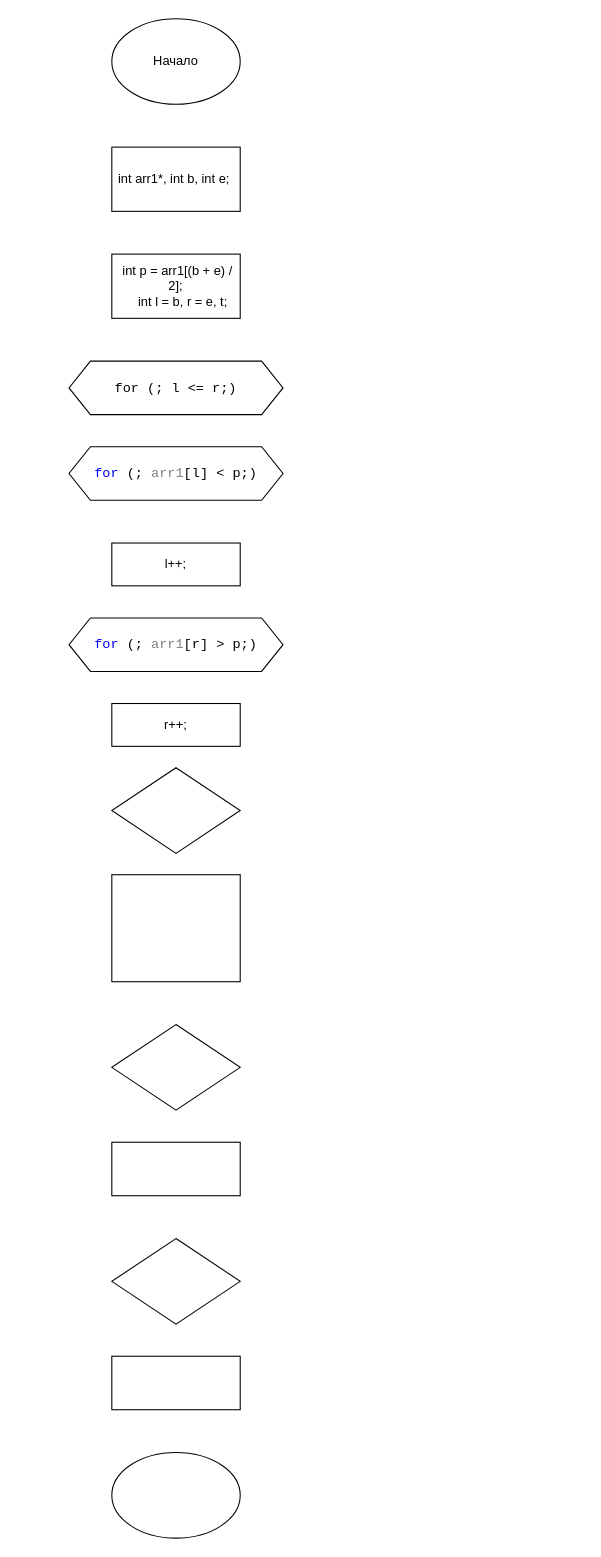
b8enly/Alg keeps this draw.io diagram as 16-17(1).drawio. Above is the earlier version. Source tidied: cells renumbered, new cells numbered last; positions are measured from the earlier drawing's top-left corner, leaving out a move shared by most shapes. Both pictures are drawn from the tidied source at 107%, with x=0, y=0 at pixel (68, 18).
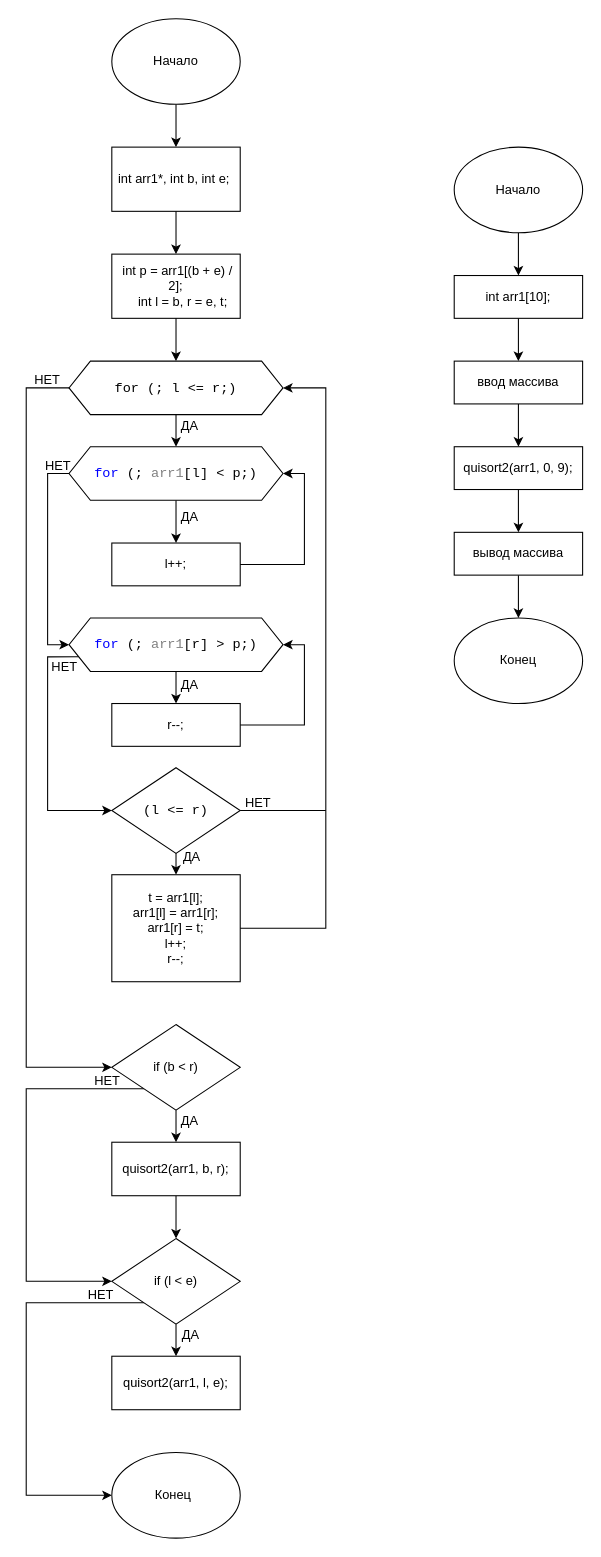
Above is the later version.

Unchanged cells that the change refers to:
```xml
<mxCell id="2" style="ellipse;whiteSpace=wrap;html=1;" parent="1" vertex="1">
  <mxGeometry x="40" width="120" height="80" as="geometry" />
</mxCell>
<mxCell id="5" style="shape=hexagon;perimeter=hexagonPerimeter2;whiteSpace=wrap;html=1;fixedSize=1;" parent="1" vertex="1">
  <mxGeometry y="320" width="200" height="50" as="geometry" />
</mxCell>
<mxCell id="6" style="shape=hexagon;perimeter=hexagonPerimeter2;whiteSpace=wrap;html=1;fixedSize=1;" parent="1" vertex="1">
  <mxGeometry y="400" width="200" height="50" as="geometry" />
</mxCell>
<mxCell id="7" style="rounded=0;whiteSpace=wrap;html=1;" parent="1" vertex="1">
  <mxGeometry x="40" y="490" width="120" height="40" as="geometry" />
</mxCell>
<mxCell id="8" style="rhombus;whiteSpace=wrap;html=1;" parent="1" vertex="1">
  <mxGeometry x="40" y="700" width="120" height="80" as="geometry" />
</mxCell>
<mxCell id="10" style="rhombus;whiteSpace=wrap;html=1;" parent="1" vertex="1">
  <mxGeometry x="40" y="940" width="120" height="80" as="geometry" />
</mxCell>
<mxCell id="11" style="rounded=0;whiteSpace=wrap;html=1;" parent="1" vertex="1">
  <mxGeometry x="40" y="1050" width="120" height="50" as="geometry" />
</mxCell>
<mxCell id="12" style="rhombus;whiteSpace=wrap;html=1;" parent="1" vertex="1">
  <mxGeometry x="40" y="1140" width="120" height="80" as="geometry" />
</mxCell>
<mxCell id="13" style="rounded=0;whiteSpace=wrap;html=1;" parent="1" vertex="1">
  <mxGeometry x="40" y="1250" width="120" height="50" as="geometry" />
</mxCell>
<mxCell id="14" style="ellipse;whiteSpace=wrap;html=1;" parent="1" vertex="1">
  <mxGeometry x="40" y="1340" width="120" height="80" as="geometry" />
</mxCell>
<mxCell id="16" value="int arr1*, int b, int e;&amp;nbsp;" style="text;html=1;strokeColor=none;fillColor=none;align=center;verticalAlign=middle;whiteSpace=wrap;rounded=0;" parent="1" vertex="1">
  <mxGeometry x="40" y="120" width="120" height="60" as="geometry" />
</mxCell>
<mxCell id="17" value="&lt;div&gt;&amp;nbsp;int p = arr1[(b + e) / 2];&lt;/div&gt;&lt;div&gt;&amp;nbsp; &amp;nbsp; int l = b, r = e, t;&lt;/div&gt;" style="text;html=1;strokeColor=none;fillColor=none;align=center;verticalAlign=middle;whiteSpace=wrap;rounded=0;" parent="1" vertex="1">
  <mxGeometry x="40" y="220" width="120" height="60" as="geometry" />
</mxCell>
<mxCell id="20" value="l++;" style="text;html=1;strokeColor=none;fillColor=none;align=center;verticalAlign=middle;whiteSpace=wrap;rounded=0;" parent="1" vertex="1">
  <mxGeometry x="40" y="500" width="120" height="20" as="geometry" />
</mxCell>
<mxCell id="21" style="shape=hexagon;perimeter=hexagonPerimeter2;whiteSpace=wrap;html=1;fixedSize=1;" parent="1" vertex="1">
  <mxGeometry y="560" width="200" height="50" as="geometry" />
</mxCell>
<mxCell id="22" style="rounded=0;whiteSpace=wrap;html=1;" parent="1" vertex="1">
  <mxGeometry x="40" y="640" width="120" height="40" as="geometry" />
</mxCell>
```

What changed in the source:
```diff
@@
+    <mxCell id="25" style="edgeStyle=orthogonalEdgeStyle;rounded=0;jettySize=auto;html=1;exitX=0.5;exitY=1;exitDx=0;exitDy=0;entryX=0.5;entryY=0;entryDx=0;entryDy=0;" parent="1" edge="1" source="2" target="16">
+      <mxGeometry relative="1" as="geometry" />
+    </mxCell>
@@
+    <mxCell id="26" style="edgeStyle=orthogonalEdgeStyle;rounded=0;jettySize=auto;html=1;exitX=0;exitY=0.5;exitDx=0;exitDy=0;entryX=0;entryY=0.5;entryDx=0;entryDy=0;" parent="1" edge="1" source="5" target="10">
+      <mxGeometry relative="1" as="geometry">
+        <Array as="points">
+          <mxPoint x="-40" y="345" />
+          <mxPoint x="-40" y="980" />
+        </Array>
+      </mxGeometry>
+    </mxCell>
+    <mxCell id="27" style="edgeStyle=orthogonalEdgeStyle;rounded=0;jettySize=auto;html=1;exitX=0.5;exitY=1;exitDx=0;exitDy=0;entryX=0.5;entryY=0;entryDx=0;entryDy=0;" parent="1" edge="1" source="5" target="6">
+      <mxGeometry relative="1" as="geometry" />
+    </mxCell>
@@
+    <mxCell id="28" style="edgeStyle=orthogonalEdgeStyle;rounded=0;jettySize=auto;html=1;exitX=0.5;exitY=1;exitDx=0;exitDy=0;entryX=0.5;entryY=0;entryDx=0;entryDy=0;" parent="1" edge="1" source="6" target="7">
+      <mxGeometry relative="1" as="geometry" />
+    </mxCell>
+    <mxCell id="29" style="edgeStyle=orthogonalEdgeStyle;rounded=0;jettySize=auto;html=1;exitX=0;exitY=0.5;exitDx=0;exitDy=0;entryX=0;entryY=0.5;entryDx=0;entryDy=0;" parent="1" edge="1" source="6" target="21">
+      <mxGeometry relative="1" as="geometry" />
+    </mxCell>
@@
+    <mxCell id="30" style="edgeStyle=orthogonalEdgeStyle;rounded=0;jettySize=auto;html=1;exitX=0.5;exitY=1;exitDx=0;exitDy=0;entryX=0.5;entryY=0;entryDx=0;entryDy=0;" parent="1" edge="1" source="8" target="44">
+      <mxGeometry relative="1" as="geometry" />
+    </mxCell>
@@
+    <mxCell id="31" style="edgeStyle=orthogonalEdgeStyle;rounded=0;jettySize=auto;html=1;exitX=0.5;exitY=1;exitDx=0;exitDy=0;entryX=0.5;entryY=0;entryDx=0;entryDy=0;" parent="1" edge="1" source="10" target="11">
+      <mxGeometry relative="1" as="geometry" />
+    </mxCell>
+    <mxCell id="32" style="edgeStyle=orthogonalEdgeStyle;rounded=0;jettySize=auto;html=1;exitX=0;exitY=1;exitDx=0;exitDy=0;entryX=0;entryY=0.5;entryDx=0;entryDy=0;" parent="1" edge="1" source="10" target="12">
+      <mxGeometry relative="1" as="geometry">
+        <Array as="points">
+          <mxPoint x="-40" y="1000" />
+          <mxPoint x="-40" y="1180" />
+        </Array>
+      </mxGeometry>
+    </mxCell>
@@
+    <mxCell id="33" style="edgeStyle=orthogonalEdgeStyle;rounded=0;jettySize=auto;html=1;exitX=0.5;exitY=1;exitDx=0;exitDy=0;entryX=0.5;entryY=0;entryDx=0;entryDy=0;" parent="1" edge="1" source="11" target="12">
+      <mxGeometry relative="1" as="geometry" />
+    </mxCell>
@@
+    <mxCell id="34" style="edgeStyle=orthogonalEdgeStyle;rounded=0;jettySize=auto;html=1;exitX=0.5;exitY=1;exitDx=0;exitDy=0;entryX=0.5;entryY=0;entryDx=0;entryDy=0;" parent="1" edge="1" source="12" target="13">
+      <mxGeometry relative="1" as="geometry" />
+    </mxCell>
+    <mxCell id="35" style="edgeStyle=orthogonalEdgeStyle;rounded=0;jettySize=auto;html=1;exitX=0;exitY=1;exitDx=0;exitDy=0;entryX=0;entryY=0.5;entryDx=0;entryDy=0;" parent="1" edge="1" source="12" target="14">
+      <mxGeometry relative="1" as="geometry">
+        <Array as="points">
+          <mxPoint x="-40" y="1200" />
+          <mxPoint x="-40" y="1380" />
+        </Array>
+      </mxGeometry>
+    </mxCell>
@@
+    <mxCell id="36" style="edgeStyle=orthogonalEdgeStyle;rounded=0;jettySize=auto;html=1;exitX=0.5;exitY=1;exitDx=0;exitDy=0;entryX=0.5;entryY=0;entryDx=0;entryDy=0;" parent="1" edge="1" source="16" target="17">
+      <mxGeometry relative="1" as="geometry" />
+    </mxCell>
@@
+    <mxCell id="37" style="edgeStyle=orthogonalEdgeStyle;rounded=0;jettySize=auto;html=1;exitX=0.5;exitY=1;exitDx=0;exitDy=0;entryX=0.5;entryY=0;entryDx=0;entryDy=0;" parent="1" edge="1" source="17" target="5">
+      <mxGeometry relative="1" as="geometry" />
+    </mxCell>
@@
+    <mxCell id="38" style="edgeStyle=orthogonalEdgeStyle;rounded=0;jettySize=auto;html=1;exitX=1;exitY=0.5;exitDx=0;exitDy=0;entryX=1;entryY=0.5;entryDx=0;entryDy=0;" parent="1" edge="1" source="20" target="6">
+      <mxGeometry relative="1" as="geometry">
+        <Array as="points">
+          <mxPoint x="220" y="510" />
+          <mxPoint x="220" y="425" />
+        </Array>
+      </mxGeometry>
+    </mxCell>
@@
+    <mxCell id="39" style="edgeStyle=orthogonalEdgeStyle;rounded=0;jettySize=auto;html=1;exitX=0.5;exitY=1;exitDx=0;exitDy=0;entryX=0.5;entryY=0;entryDx=0;entryDy=0;" parent="1" edge="1" source="21" target="22">
+      <mxGeometry relative="1" as="geometry" />
+    </mxCell>
+    <mxCell id="40" style="edgeStyle=orthogonalEdgeStyle;rounded=0;jettySize=auto;html=1;exitX=0;exitY=0.75;exitDx=0;exitDy=0;entryX=0;entryY=0.5;entryDx=0;entryDy=0;" parent="1" edge="1" source="21" target="8">
+      <mxGeometry relative="1" as="geometry">
+        <Array as="points">
+          <mxPoint x="-20" y="596" />
+          <mxPoint x="-20" y="740" />
+        </Array>
+      </mxGeometry>
+    </mxCell>
@@
+    <mxCell id="41" style="edgeStyle=orthogonalEdgeStyle;rounded=0;jettySize=auto;html=1;exitX=1;exitY=0.5;exitDx=0;exitDy=0;entryX=1;entryY=0.5;entryDx=0;entryDy=0;" parent="1" edge="1" source="24" target="21">
+      <mxGeometry relative="1" as="geometry">
+        <Array as="points">
+          <mxPoint x="220" y="660" />
+          <mxPoint x="220" y="585" />
+        </Array>
+      </mxGeometry>
+    </mxCell>
-    <mxCell id="24" value="r++;" style="text;html=1;strokeColor=none;fillColor=none;align=center;verticalAlign=middle;whiteSpace=wrap;rounded=0;" parent="1" vertex="1">
+    <mxCell id="24" value="r--;" style="text;html=1;strokeColor=none;fillColor=none;align=center;verticalAlign=middle;whiteSpace=wrap;rounded=0;" parent="1" vertex="1">
       <mxGeometry x="40" y="650" width="120" height="20" as="geometry" />
     </mxCell>
+    <mxCell id="42" value="&lt;span lang=&quot;EN-US&quot; style=&quot;font-size: 9.5pt ; font-family: &amp;#34;consolas&amp;#34;&quot;&gt;(l &amp;lt;= r)&lt;/span&gt;" style="text;html=1;strokeColor=none;fillColor=none;align=center;verticalAlign=middle;whiteSpace=wrap;rounded=0;" parent="1" vertex="1">
+      <mxGeometry x="60" y="730" width="80" height="20" as="geometry" />
+    </mxCell>
+    <mxCell id="43" style="edgeStyle=orthogonalEdgeStyle;rounded=0;jettySize=auto;html=1;exitX=1;exitY=0.5;exitDx=0;exitDy=0;entryX=1;entryY=0.5;entryDx=0;entryDy=0;" parent="1" edge="1" source="44" target="5">
+      <mxGeometry relative="1" as="geometry">
+        <Array as="points">
+          <mxPoint x="240" y="850" />
+          <mxPoint x="240" y="345" />
+        </Array>
+      </mxGeometry>
+    </mxCell>
+    <mxCell id="44" value="t = arr1[l];&lt;br&gt;arr1[l] = arr1[r];&lt;br&gt;arr1[r] = t;&lt;br&gt;l++;&lt;br&gt;r--;" style="text;html=1;strokeColor=none;fillColor=none;align=center;verticalAlign=middle;whiteSpace=wrap;rounded=0;" parent="1" vertex="1">
+      <mxGeometry x="40" y="800" width="120" height="100" as="geometry" />
+    </mxCell>
+    <mxCell id="45" value="if (b &amp;lt; r)" style="text;html=1;strokeColor=none;fillColor=none;align=center;verticalAlign=middle;whiteSpace=wrap;rounded=0;" parent="1" vertex="1">
+      <mxGeometry x="60" y="970" width="80" height="20" as="geometry" />
+    </mxCell>
+    <mxCell id="46" value="if (l &amp;lt; e)" style="text;html=1;strokeColor=none;fillColor=none;align=center;verticalAlign=middle;whiteSpace=wrap;rounded=0;" parent="1" vertex="1">
+      <mxGeometry x="60" y="1170" width="80" height="20" as="geometry" />
+    </mxCell>
+    <mxCell id="47" value="quisort2(arr1, b, r);" style="text;html=1;strokeColor=none;fillColor=none;align=center;verticalAlign=middle;whiteSpace=wrap;rounded=0;" parent="1" vertex="1">
+      <mxGeometry x="40" y="1065" width="120" height="20" as="geometry" />
+    </mxCell>
+    <mxCell id="48" value="quisort2(arr1, l, e);" style="text;html=1;strokeColor=none;fillColor=none;align=center;verticalAlign=middle;whiteSpace=wrap;rounded=0;" parent="1" vertex="1">
+      <mxGeometry x="40" y="1265" width="120" height="20" as="geometry" />
+    </mxCell>
+    <mxCell id="49" value="Конец" style="text;html=1;strokeColor=none;fillColor=none;align=center;verticalAlign=middle;whiteSpace=wrap;rounded=0;" parent="1" vertex="1">
+      <mxGeometry x="45" y="1370" width="105" height="20" as="geometry" />
+    </mxCell>
+    <mxCell id="50" style="endArrow=none;html=1;" parent="1" edge="1">
+      <mxGeometry relative="1" as="geometry">
+        <mxPoint x="160" y="740" as="sourcePoint" />
+        <mxPoint x="240" y="740" as="targetPoint" />
+      </mxGeometry>
+    </mxCell>
+    <mxCell id="51" value="НЕТ" style="text;html=1;strokeColor=none;fillColor=none;align=center;verticalAlign=middle;whiteSpace=wrap;rounded=0;" parent="1" vertex="1">
+      <mxGeometry x="-40" y="328" width="40" height="20" as="geometry" />
+    </mxCell>
+    <mxCell id="52" value="ДА" style="text;html=1;strokeColor=none;fillColor=none;align=center;verticalAlign=middle;whiteSpace=wrap;rounded=0;" parent="1" vertex="1">
+      <mxGeometry x="93" y="371" width="40" height="20" as="geometry" />
+    </mxCell>
+    <mxCell id="53" value="НЕТ" style="text;html=1;strokeColor=none;fillColor=none;align=center;verticalAlign=middle;whiteSpace=wrap;rounded=0;" parent="1" vertex="1">
+      <mxGeometry x="-30" y="408" width="40" height="20" as="geometry" />
+    </mxCell>
+    <mxCell id="54" value="ДА" style="text;html=1;strokeColor=none;fillColor=none;align=center;verticalAlign=middle;whiteSpace=wrap;rounded=0;" parent="1" vertex="1">
+      <mxGeometry x="93" y="456" width="40" height="20" as="geometry" />
+    </mxCell>
+    <mxCell id="55" value="НЕТ" style="text;html=1;strokeColor=none;fillColor=none;align=center;verticalAlign=middle;whiteSpace=wrap;rounded=0;" parent="1" vertex="1">
+      <mxGeometry x="-24" y="596" width="40" height="20" as="geometry" />
+    </mxCell>
+    <mxCell id="56" value="ДА" style="text;html=1;strokeColor=none;fillColor=none;align=center;verticalAlign=middle;whiteSpace=wrap;rounded=0;" parent="1" vertex="1">
+      <mxGeometry x="93" y="613" width="40" height="20" as="geometry" />
+    </mxCell>
+    <mxCell id="57" value="НЕТ" style="text;html=1;strokeColor=none;fillColor=none;align=center;verticalAlign=middle;whiteSpace=wrap;rounded=0;" parent="1" vertex="1">
+      <mxGeometry x="157" y="723" width="40" height="20" as="geometry" />
+    </mxCell>
+    <mxCell id="58" value="ДА" style="text;html=1;strokeColor=none;fillColor=none;align=center;verticalAlign=middle;whiteSpace=wrap;rounded=0;" parent="1" vertex="1">
+      <mxGeometry x="95" y="774" width="40" height="20" as="geometry" />
+    </mxCell>
+    <mxCell id="59" value="НЕТ" style="text;html=1;strokeColor=none;fillColor=none;align=center;verticalAlign=middle;whiteSpace=wrap;rounded=0;" parent="1" vertex="1">
+      <mxGeometry x="16" y="983" width="40" height="20" as="geometry" />
+    </mxCell>
+    <mxCell id="60" value="ДА" style="text;html=1;strokeColor=none;fillColor=none;align=center;verticalAlign=middle;whiteSpace=wrap;rounded=0;" parent="1" vertex="1">
+      <mxGeometry x="93" y="1020" width="40" height="20" as="geometry" />
+    </mxCell>
+    <mxCell id="61" value="НЕТ" style="text;html=1;strokeColor=none;fillColor=none;align=center;verticalAlign=middle;whiteSpace=wrap;rounded=0;" parent="1" vertex="1">
+      <mxGeometry x="10" y="1183" width="40" height="20" as="geometry" />
+    </mxCell>
+    <mxCell id="62" value="ДА" style="text;html=1;strokeColor=none;fillColor=none;align=center;verticalAlign=middle;whiteSpace=wrap;rounded=0;" parent="1" vertex="1">
+      <mxGeometry x="94" y="1220" width="40" height="20" as="geometry" />
+    </mxCell>
+    <mxCell id="63" style="edgeStyle=orthogonalEdgeStyle;rounded=0;jettySize=auto;html=1;exitX=0.5;exitY=1;exitDx=0;exitDy=0;entryX=0.5;entryY=0;entryDx=0;entryDy=0;" parent="1" edge="1" source="64" target="66">
+      <mxGeometry relative="1" as="geometry" />
+    </mxCell>
+    <mxCell id="64" style="ellipse;whiteSpace=wrap;html=1;" parent="1" vertex="1">
+      <mxGeometry x="360" y="120" width="120" height="80" as="geometry" />
+    </mxCell>
+    <mxCell id="65" style="edgeStyle=orthogonalEdgeStyle;rounded=0;jettySize=auto;html=1;exitX=0.5;exitY=1;exitDx=0;exitDy=0;entryX=0.5;entryY=0;entryDx=0;entryDy=0;" parent="1" edge="1" source="66" target="68">
+      <mxGeometry relative="1" as="geometry" />
+    </mxCell>
+    <mxCell id="66" style="rounded=0;whiteSpace=wrap;html=1;" parent="1" vertex="1">
+      <mxGeometry x="360" y="240" width="120" height="40" as="geometry" />
+    </mxCell>
+    <mxCell id="67" style="edgeStyle=orthogonalEdgeStyle;rounded=0;jettySize=auto;html=1;exitX=0.5;exitY=1;exitDx=0;exitDy=0;entryX=0.5;entryY=0;entryDx=0;entryDy=0;" parent="1" edge="1" source="68" target="70">
+      <mxGeometry relative="1" as="geometry" />
+    </mxCell>
+    <mxCell id="68" style="rounded=0;whiteSpace=wrap;html=1;" parent="1" vertex="1">
+      <mxGeometry x="360" y="320" width="120" height="40" as="geometry" />
+    </mxCell>
+    <mxCell id="69" style="edgeStyle=orthogonalEdgeStyle;rounded=0;jettySize=auto;html=1;exitX=0.5;exitY=1;exitDx=0;exitDy=0;entryX=0.5;entryY=0;entryDx=0;entryDy=0;" parent="1" edge="1" source="70" target="72">
+      <mxGeometry relative="1" as="geometry" />
+    </mxCell>
+    <mxCell id="70" style="rounded=0;whiteSpace=wrap;html=1;" parent="1" vertex="1">
+      <mxGeometry x="360" y="400" width="120" height="40" as="geometry" />
+    </mxCell>
+    <mxCell id="71" style="edgeStyle=orthogonalEdgeStyle;rounded=0;jettySize=auto;html=1;exitX=0.5;exitY=1;exitDx=0;exitDy=0;entryX=0.5;entryY=0;entryDx=0;entryDy=0;" parent="1" edge="1" source="72" target="73">
+      <mxGeometry relative="1" as="geometry" />
+    </mxCell>
+    <mxCell id="72" style="rounded=0;whiteSpace=wrap;html=1;" parent="1" vertex="1">
+      <mxGeometry x="360" y="480" width="120" height="40" as="geometry" />
+    </mxCell>
+    <mxCell id="73" style="ellipse;whiteSpace=wrap;html=1;" parent="1" vertex="1">
+      <mxGeometry x="360" y="560" width="120" height="80" as="geometry" />
+    </mxCell>
+    <mxCell id="74" value="Начало" style="text;html=1;strokeColor=none;fillColor=none;align=center;verticalAlign=middle;whiteSpace=wrap;rounded=0;" parent="1" vertex="1">
+      <mxGeometry x="370" y="150" width="100" height="20" as="geometry" />
+    </mxCell>
+    <mxCell id="75" value="int arr1[10];" style="text;html=1;strokeColor=none;fillColor=none;align=center;verticalAlign=middle;whiteSpace=wrap;rounded=0;" parent="1" vertex="1">
+      <mxGeometry x="360" y="250" width="120" height="20" as="geometry" />
+    </mxCell>
+    <mxCell id="76" value="ввод массива" style="text;html=1;strokeColor=none;fillColor=none;align=center;verticalAlign=middle;whiteSpace=wrap;rounded=0;" parent="1" vertex="1">
+      <mxGeometry x="360" y="330" width="120" height="20" as="geometry" />
+    </mxCell>
+    <mxCell id="77" value="вывод массива" style="text;html=1;strokeColor=none;fillColor=none;align=center;verticalAlign=middle;whiteSpace=wrap;rounded=0;" parent="1" vertex="1">
+      <mxGeometry x="360" y="490" width="120" height="20" as="geometry" />
+    </mxCell>
+    <mxCell id="78" value="quisort2(arr1, 0, 9);" style="text;html=1;strokeColor=none;fillColor=none;align=center;verticalAlign=middle;whiteSpace=wrap;rounded=0;" parent="1" vertex="1">
+      <mxGeometry x="360" y="410" width="120" height="20" as="geometry" />
+    </mxCell>
+    <mxCell id="79" value="Конец" style="text;html=1;strokeColor=none;fillColor=none;align=center;verticalAlign=middle;whiteSpace=wrap;rounded=0;" parent="1" vertex="1">
+      <mxGeometry x="370" y="590" width="100" height="20" as="geometry" />
+    </mxCell>
```
